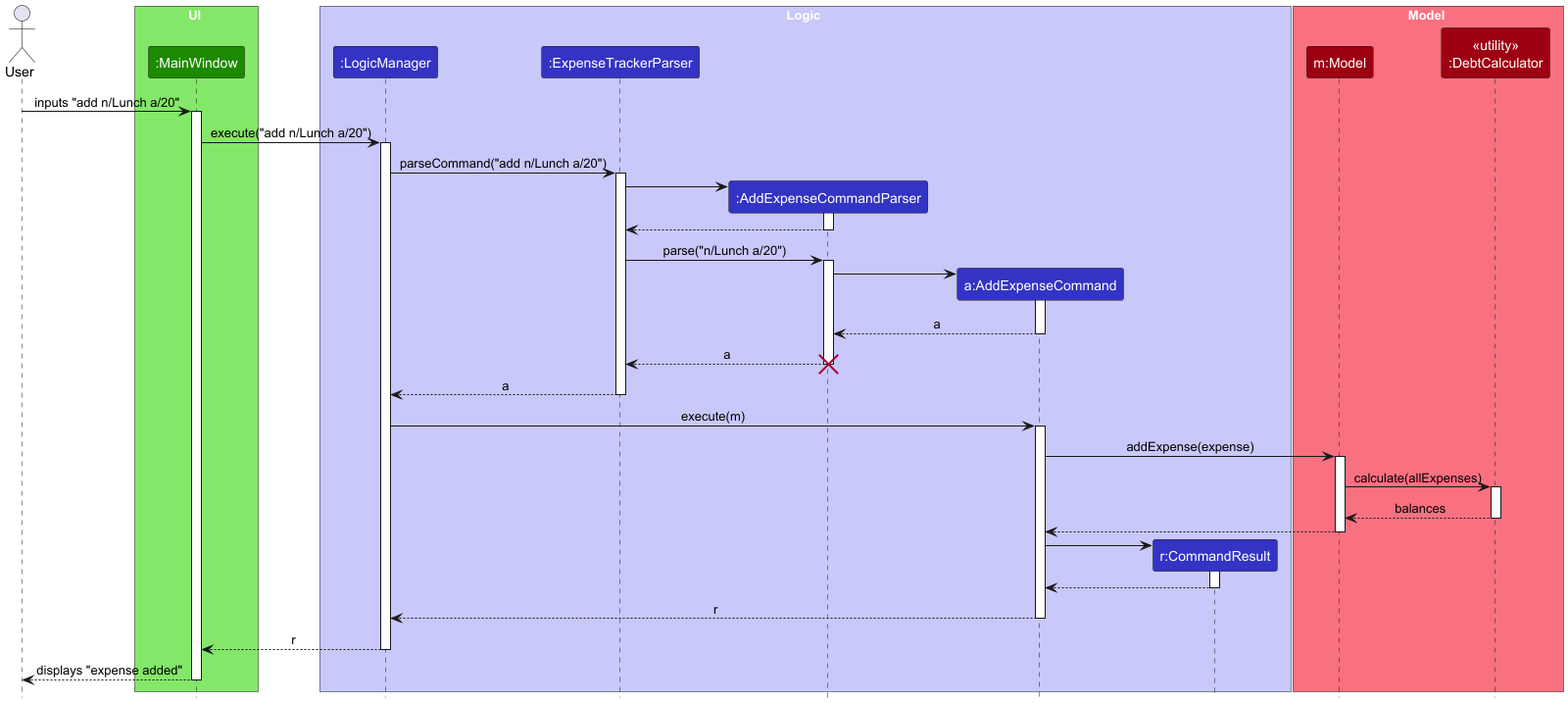
The PlantUML diagram docs/architecture/AddExpenseSequenceDiagram.png in IV-pratibha-0912/tp, before a commit. Its diagram source:
```plantuml
@startuml
!include style.puml
skinparam ArrowFontStyle plain

Actor User as user
box UI UI_COLOR_1
participant ":MainWindow" as MainWindow UI_COLOR
end box

box Logic LOGIC_COLOR_1
participant ":LogicManager" as LogicManager LOGIC_COLOR
participant ":ExpenseTrackerParser" as ExpenseTrackerParser LOGIC_COLOR
participant ":AddExpenseCommandParser" as AddExpenseCommandParser LOGIC_COLOR
participant "a:AddExpenseCommand" as AddExpenseCommand LOGIC_COLOR
participant "r:CommandResult" as CommandResult LOGIC_COLOR
end box

box Model MODEL_COLOR_1
participant "m:Model" as Model MODEL_COLOR
participant "<<utility>>\n:DebtCalculator" as DebtCalculator MODEL_COLOR
end box

user -> MainWindow : inputs "add n/Lunch a/20"
activate MainWindow

MainWindow -> LogicManager : execute("add n/Lunch a/20")
activate LogicManager

LogicManager -> ExpenseTrackerParser : parseCommand("add n/Lunch a/20")
activate ExpenseTrackerParser

create AddExpenseCommandParser
ExpenseTrackerParser -> AddExpenseCommandParser
activate AddExpenseCommandParser

AddExpenseCommandParser --> ExpenseTrackerParser
deactivate AddExpenseCommandParser

ExpenseTrackerParser -> AddExpenseCommandParser : parse("n/Lunch a/20")
activate AddExpenseCommandParser

create AddExpenseCommand
AddExpenseCommandParser -> AddExpenseCommand
activate AddExpenseCommand

AddExpenseCommand --> AddExpenseCommandParser : a
deactivate AddExpenseCommand

AddExpenseCommandParser --> ExpenseTrackerParser : a
deactivate AddExpenseCommandParser
destroy AddExpenseCommandParser

ExpenseTrackerParser --> LogicManager : a
deactivate ExpenseTrackerParser

LogicManager -> AddExpenseCommand : execute(m)
activate AddExpenseCommand

AddExpenseCommand -> Model : addExpense(expense)
activate Model

Model -> DebtCalculator : calculate(allExpenses)
activate DebtCalculator
DebtCalculator --> Model : balances
deactivate DebtCalculator

Model --> AddExpenseCommand
deactivate Model

create CommandResult
AddExpenseCommand -> CommandResult
activate CommandResult

CommandResult --> AddExpenseCommand
deactivate CommandResult

AddExpenseCommand --> LogicManager : r
deactivate AddExpenseCommand

LogicManager --> MainWindow : r
deactivate LogicManager

MainWindow --> user : displays "expense added"
deactivate MainWindow

@enduml
```
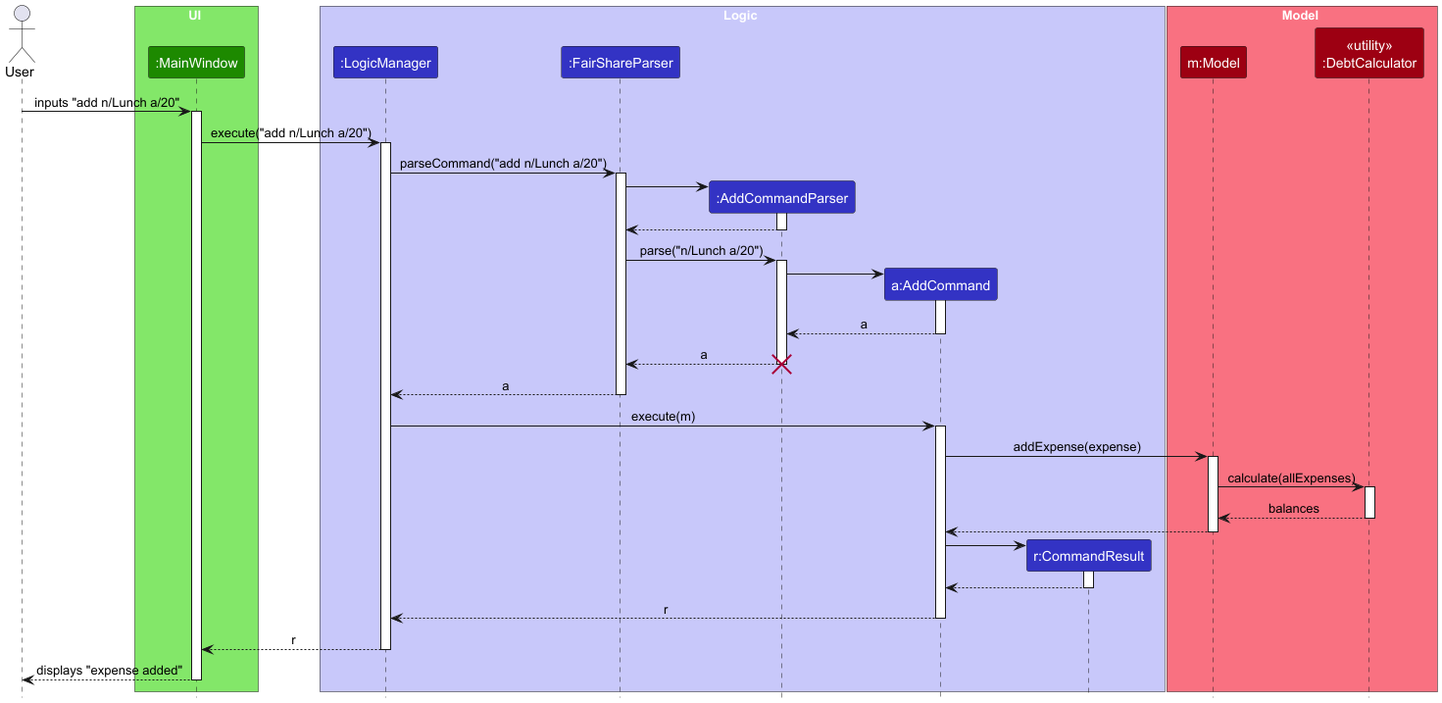
After the change.

Commit message:
Update diagrams to reflect current system

What changed in the source:
```diff
@@ -9,9 +9,9 @@
 
 box Logic LOGIC_COLOR_1
 participant ":LogicManager" as LogicManager LOGIC_COLOR
-participant ":ExpenseTrackerParser" as ExpenseTrackerParser LOGIC_COLOR
-participant ":AddExpenseCommandParser" as AddExpenseCommandParser LOGIC_COLOR
-participant "a:AddExpenseCommand" as AddExpenseCommand LOGIC_COLOR
+participant ":FairShareParser" as FairShareParser LOGIC_COLOR
+participant ":AddCommandParser" as AddCommandParser LOGIC_COLOR
+participant "a:AddCommand" as AddCommand LOGIC_COLOR
 participant "r:CommandResult" as CommandResult LOGIC_COLOR
 end box
 
@@ -26,37 +26,37 @@
 MainWindow -> LogicManager : execute("add n/Lunch a/20")
 activate LogicManager
 
-LogicManager -> ExpenseTrackerParser : parseCommand("add n/Lunch a/20")
-activate ExpenseTrackerParser
+LogicManager -> FairShareParser : parseCommand("add n/Lunch a/20")
+activate FairShareParser
 
-create AddExpenseCommandParser
-ExpenseTrackerParser -> AddExpenseCommandParser
-activate AddExpenseCommandParser
+create AddCommandParser
+FairShareParser -> AddCommandParser
+activate AddCommandParser
 
-AddExpenseCommandParser --> ExpenseTrackerParser
-deactivate AddExpenseCommandParser
+AddCommandParser --> FairShareParser
+deactivate AddCommandParser
 
-ExpenseTrackerParser -> AddExpenseCommandParser : parse("n/Lunch a/20")
-activate AddExpenseCommandParser
+FairShareParser -> AddCommandParser : parse("n/Lunch a/20")
+activate AddCommandParser
 
-create AddExpenseCommand
-AddExpenseCommandParser -> AddExpenseCommand
-activate AddExpenseCommand
+create AddCommand
+AddCommandParser -> AddCommand
+activate AddCommand
 
-AddExpenseCommand --> AddExpenseCommandParser : a
-deactivate AddExpenseCommand
+AddCommand --> AddCommandParser : a
+deactivate AddCommand
 
-AddExpenseCommandParser --> ExpenseTrackerParser : a
-deactivate AddExpenseCommandParser
-destroy AddExpenseCommandParser
+AddCommandParser --> FairShareParser : a
+deactivate AddCommandParser
+destroy AddCommandParser
 
-ExpenseTrackerParser --> LogicManager : a
-deactivate ExpenseTrackerParser
+FairShareParser --> LogicManager : a
+deactivate FairShareParser
 
-LogicManager -> AddExpenseCommand : execute(m)
-activate AddExpenseCommand
+LogicManager -> AddCommand : execute(m)
+activate AddCommand
 
-AddExpenseCommand -> Model : addExpense(expense)
+AddCommand -> Model : addExpense(expense)
 activate Model
 
 Model -> DebtCalculator : calculate(allExpenses)
@@ -64,18 +64,18 @@
 DebtCalculator --> Model : balances
 deactivate DebtCalculator
 
-Model --> AddExpenseCommand
+Model --> AddCommand
 deactivate Model
 
 create CommandResult
-AddExpenseCommand -> CommandResult
+AddCommand -> CommandResult
 activate CommandResult
 
-CommandResult --> AddExpenseCommand
+CommandResult --> AddCommand
 deactivate CommandResult
 
-AddExpenseCommand --> LogicManager : r
-deactivate AddExpenseCommand
+AddCommand --> LogicManager : r
+deactivate AddCommand
 
 LogicManager --> MainWindow : r
 deactivate LogicManager
```
